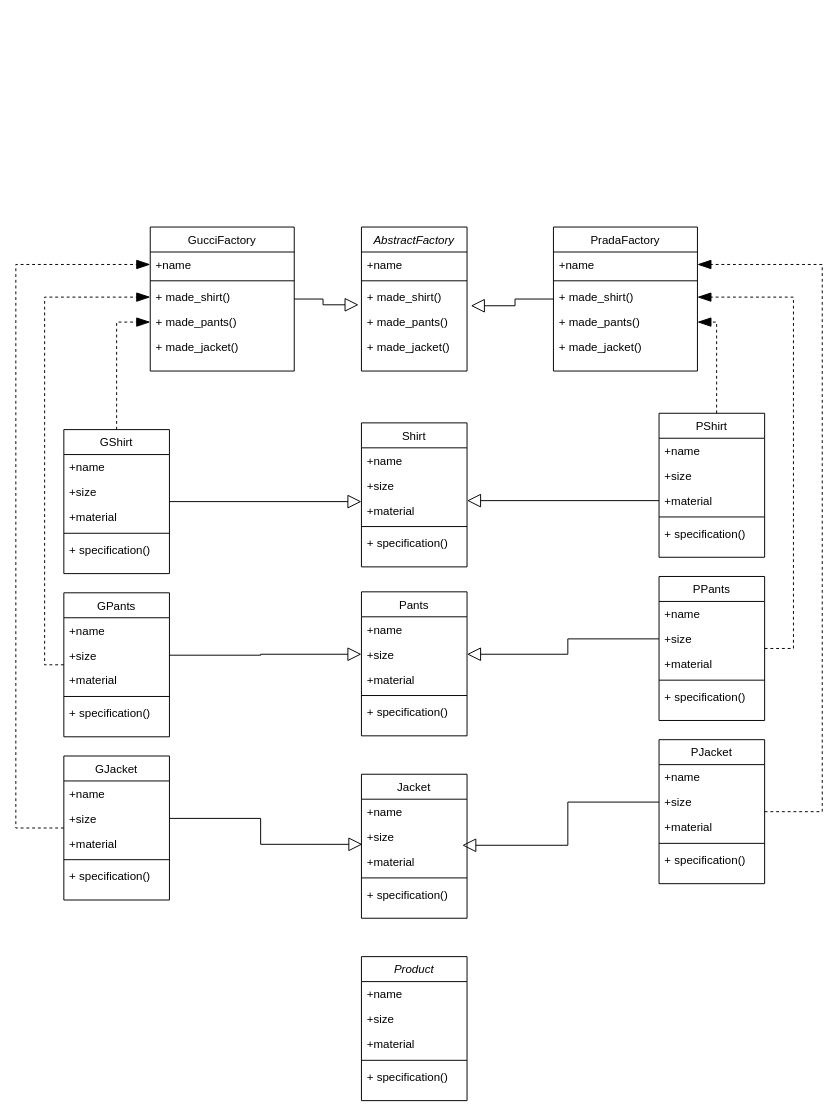
Earlier version of the draw.io diagram abstract_factory_UML.drawio (cookArehere/patterns). Source tidied: cells renumbered, new cells numbered last; positions are measured from the earlier drawing's top-left corner, leaving out a move shared by most shapes. Both pictures are drawn from the tidied source at 96%, with x=0, y=0 at pixel (15, 227).
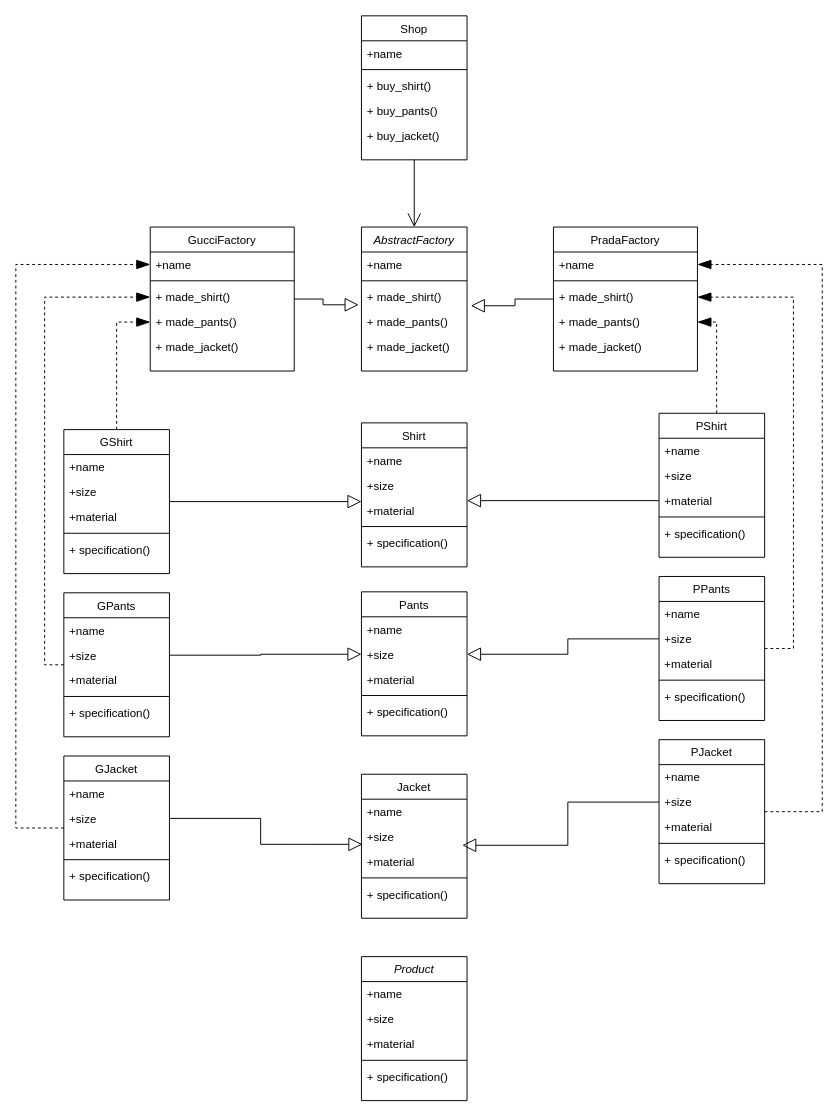
The same page after the edit.

Unchanged cells that the change refers to:
```xml
<mxCell id="2" value="AbstractFactory" style="swimlane;fontStyle=2;align=center;verticalAlign=top;horizontal=1;startSize=26;rounded=0;shadow=0;strokeWidth=1;" parent="1" vertex="1">
  <mxGeometry x="360" width="110" height="150" as="geometry" />
</mxCell>
```

The edit, as a diff of the source:
```diff
@@
+    <mxCell id="96" style="edgeStyle=orthogonalEdgeStyle;rounded=0;jettySize=auto;html=1;entryX=0.5;entryY=0;entryDx=0;entryDy=0;endArrow=open;endFill=0;endSize=12;" parent="1" edge="1" source="97" target="2">
+      <mxGeometry relative="1" as="geometry" />
+    </mxCell>
+    <mxCell id="97" value="Shop" style="swimlane;fontStyle=0;align=center;verticalAlign=top;horizontal=1;startSize=26;rounded=0;shadow=0;strokeWidth=1;" parent="1" vertex="1">
+      <mxGeometry x="360" y="-220" width="110" height="150" as="geometry" />
+    </mxCell>
+    <mxCell id="98" value="+name" style="text;align=left;verticalAlign=top;spacingLeft=4;spacingRight=4;overflow=hidden;" parent="97" vertex="1">
+      <mxGeometry y="26" width="110" height="26" as="geometry" />
+    </mxCell>
+    <mxCell id="99" style="line;html=1;strokeWidth=1;align=left;verticalAlign=middle;spacingTop=-1;spacingLeft=3;spacingRight=3;labelPosition=right;" parent="97" vertex="1">
+      <mxGeometry y="52" width="110" height="8" as="geometry" />
+    </mxCell>
+    <mxCell id="100" value="+ buy_shirt()" style="text;align=left;verticalAlign=top;spacingLeft=4;spacingRight=4;overflow=hidden;" parent="97" vertex="1">
+      <mxGeometry y="60" width="110" height="26" as="geometry" />
+    </mxCell>
+    <mxCell id="101" value="+ buy_pants()" style="text;align=left;verticalAlign=top;spacingLeft=4;spacingRight=4;overflow=hidden;" parent="97" vertex="1">
+      <mxGeometry y="86" width="110" height="26" as="geometry" />
+    </mxCell>
+    <mxCell id="102" value="+ buy_jacket()" style="text;align=left;verticalAlign=top;spacingLeft=4;spacingRight=4;overflow=hidden;" parent="97" vertex="1">
+      <mxGeometry y="112" width="110" height="26" as="geometry" />
+    </mxCell>
```
